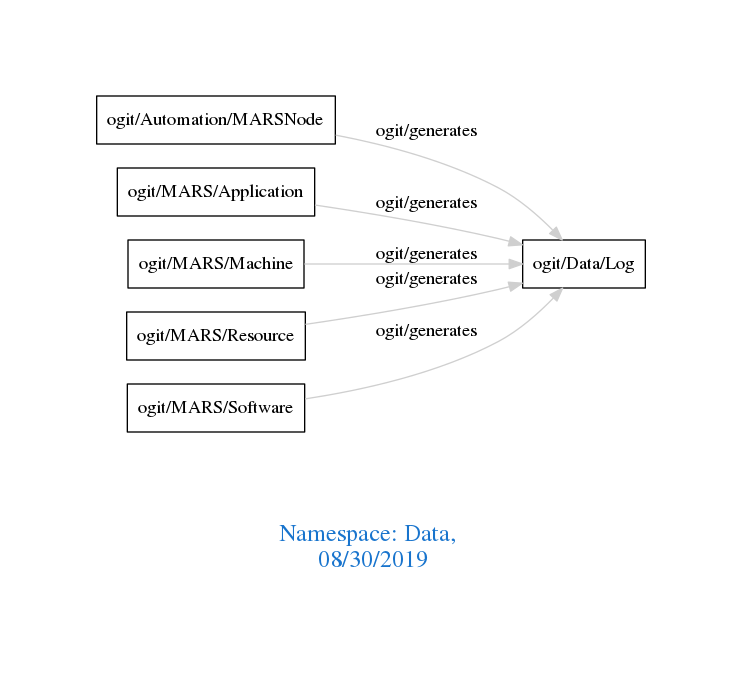
Before: downloads/Data.png, a diagram exported from Graphviz (arago/OGIT). Its source is kept beside it as downloads/Data.dot.
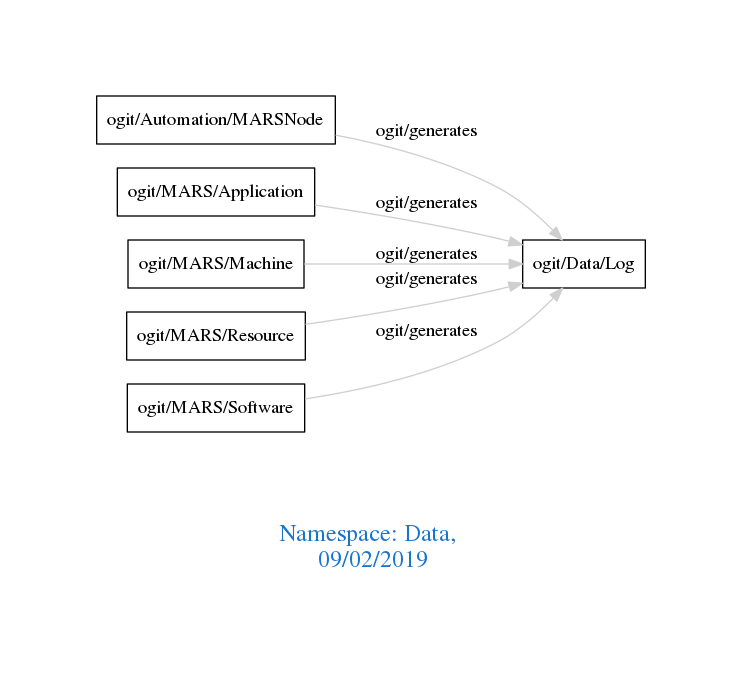
Later version of the same file.

What changed in the source:
```diff
@@ -1,7 +1,7 @@
 digraph OGIT_ontology {
  graph [ rankdir= LR,pad=1
 fontsize = 18,
-fontcolor= dodgerblue3,label = "\n\n\nNamespace: Data, \n 08/30/2019"];
+fontcolor= dodgerblue3,label = "\n\n\nNamespace: Data, \n 09/02/2019"];
 node[shape=polygon];
 edge [  color="gray81"];
 
```
